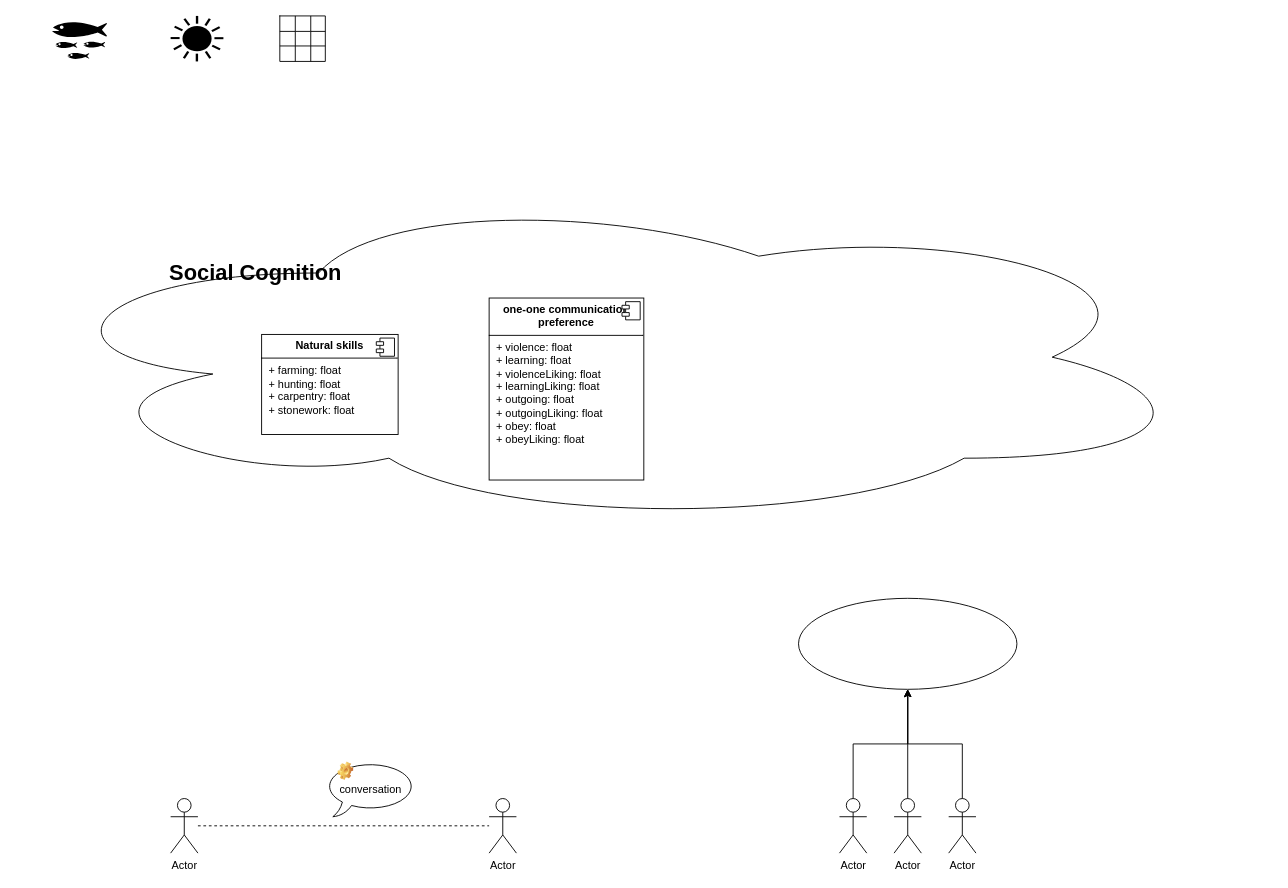
The draw.io diagram game_of_social.drawio in zoech/space_drawio, before the edit. Source tidied: cells renumbered, new cells numbered last; positions are measured from the earlier drawing's top-left corner, leaving out a move shared by most shapes. Both pictures are drawn from the tidied source at 91%, with x=0, y=0 at pixel (25, 15).
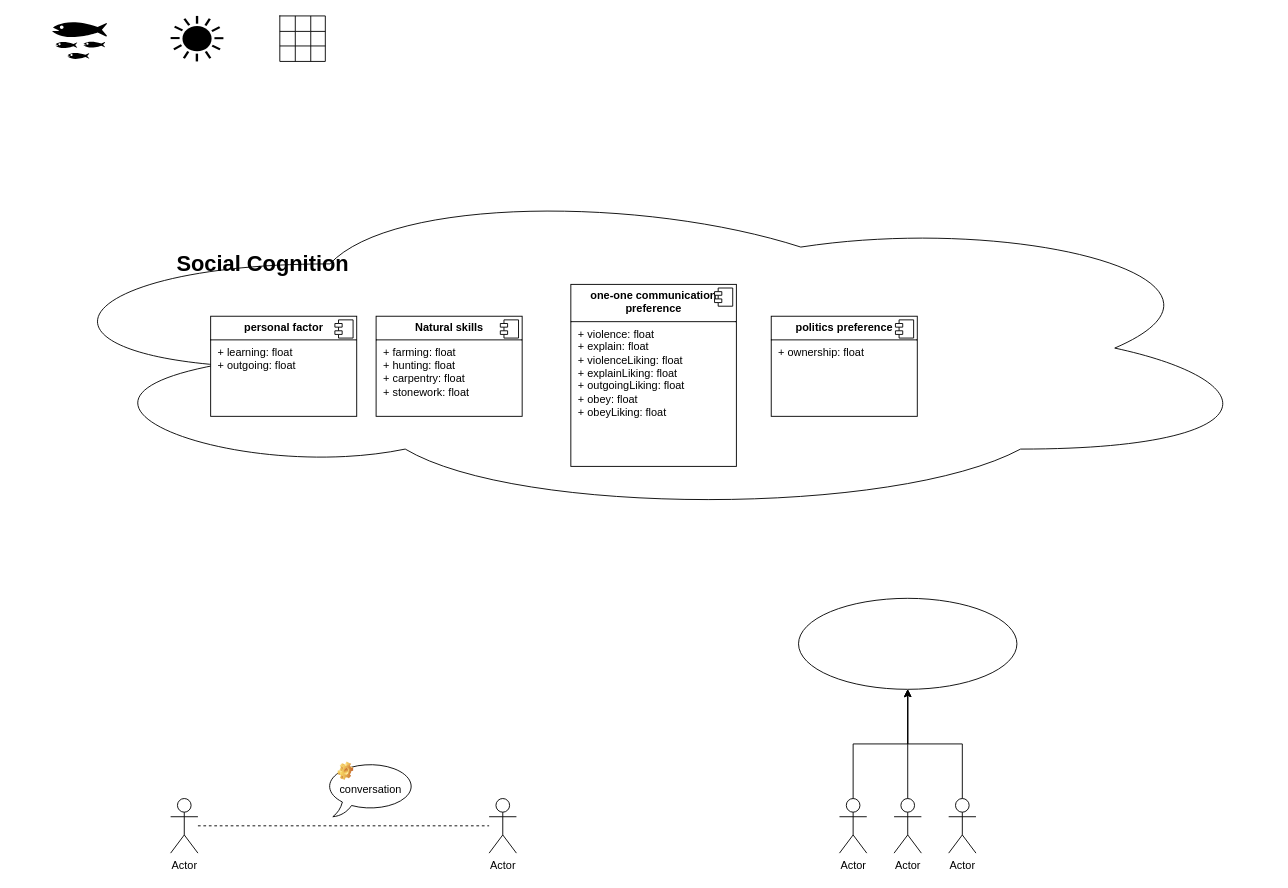
The same diagram, later.

The edit, as a diff of the source:
```diff
@@
     <mxCell id="2" style="group;" parent="1" vertex="1">
-      <mxGeometry y="190" width="1290" height="370" as="geometry" />
+      <mxGeometry x="-10" y="180" width="1380" height="370" as="geometry" />
     </mxCell>
     <mxCell id="3" style="ellipse;shape=cloud;whiteSpace=wrap;html=1;" parent="2" vertex="1">
-      <mxGeometry width="1290" height="370" as="geometry" />
+      <mxGeometry width="1380" height="370" as="geometry" />
     </mxCell>
     <mxCell id="4" value="Social Cognition" style="text;strokeColor=none;fillColor=none;html=1;fontSize=24;fontStyle=1;verticalAlign=middle;align=center;" parent="2" vertex="1">
-      <mxGeometry x="152.9" y="75.7" width="200.7" height="33.6" as="geometry" />
+      <mxGeometry x="163.6" y="75.7" width="214.7" height="33.6" as="geometry" />
     </mxCell>
     <mxCell id="5" value="&lt;p style=&quot;margin:0px;margin-top:6px;text-align:center;&quot;&gt;&lt;b&gt;Natural skills&lt;/b&gt;&lt;/p&gt;&lt;hr size=&quot;1&quot; style=&quot;border-style:solid;&quot;&gt;&lt;p style=&quot;margin:0px;margin-left:8px;&quot;&gt;+ farming: float&lt;br&gt;+ hunting: float&lt;/p&gt;&lt;p style=&quot;margin:0px;margin-left:8px;&quot;&gt;+ carpentry: float&lt;/p&gt;&lt;p style=&quot;margin:0px;margin-left:8px;&quot;&gt;+ stonework: float&lt;/p&gt;" style="align=left;overflow=fill;html=1;whiteSpace=wrap;" parent="2" vertex="1">
-      <mxGeometry x="260" y="160" width="150" height="110" as="geometry" />
+      <mxGeometry x="395.8" y="150" width="160.5" height="110" as="geometry" />
     </mxCell>
@@
-    <mxCell id="7" value="&lt;p style=&quot;margin:0px;margin-top:6px;text-align:center;&quot;&gt;&lt;b&gt;one-one communication preference&lt;/b&gt;&lt;/p&gt;&lt;hr size=&quot;1&quot; style=&quot;border-style:solid;&quot;&gt;&lt;p style=&quot;margin:0px;margin-left:8px;&quot;&gt;+ violence: float&lt;br&gt;+ learning: float&lt;/p&gt;&lt;p style=&quot;margin:0px;margin-left:8px;&quot;&gt;+ violenceLiking: float&lt;/p&gt;&lt;p style=&quot;margin:0px;margin-left:8px;&quot;&gt;+ learningLiking: float&lt;/p&gt;&lt;p style=&quot;margin:0px;margin-left:8px;&quot;&gt;+ outgoing: float&lt;/p&gt;&lt;p style=&quot;margin:0px;margin-left:8px;&quot;&gt;+ outgoingLiking: float&lt;/p&gt;&lt;p style=&quot;margin:0px;margin-left:8px;&quot;&gt;+ obey: float&lt;/p&gt;&lt;p style=&quot;margin:0px;margin-left:8px;&quot;&gt;+ obeyLiking: float&lt;/p&gt;" style="align=left;overflow=fill;html=1;whiteSpace=wrap;" parent="2" vertex="1">
-      <mxGeometry x="510" y="120" width="170" height="200" as="geometry" />
+    <mxCell id="7" value="&lt;p style=&quot;margin:0px;margin-top:6px;text-align:center;&quot;&gt;&lt;b&gt;one-one communication preference&lt;/b&gt;&lt;/p&gt;&lt;hr size=&quot;1&quot; style=&quot;border-style:solid;&quot;&gt;&lt;p style=&quot;margin:0px;margin-left:8px;&quot;&gt;+ violence: float&lt;br&gt;+ explain: float&lt;/p&gt;&lt;p style=&quot;margin:0px;margin-left:8px;&quot;&gt;+ violenceLiking: float&lt;/p&gt;&lt;p style=&quot;margin:0px;margin-left:8px;&quot;&gt;+ explainLiking: float&lt;/p&gt;&lt;p style=&quot;margin:0px;margin-left:8px;&quot;&gt;&lt;span style=&quot;background-color: initial;&quot;&gt;+ outgoingLiking: float&lt;/span&gt;&lt;/p&gt;&lt;p style=&quot;margin:0px;margin-left:8px;&quot;&gt;+ obey: float&lt;/p&gt;&lt;p style=&quot;margin:0px;margin-left:8px;&quot;&gt;+ obeyLiking: float&lt;/p&gt;" style="align=left;overflow=fill;html=1;whiteSpace=wrap;" parent="2" vertex="1">
+      <mxGeometry x="609.8" y="115" width="181.9" height="200" as="geometry" />
     </mxCell>
@@
+    <mxCell id="38" value="&lt;p style=&quot;margin:0px;margin-top:6px;text-align:center;&quot;&gt;&lt;b&gt;personal factor&lt;/b&gt;&lt;/p&gt;&lt;hr size=&quot;1&quot; style=&quot;border-style:solid;&quot;&gt;&lt;p style=&quot;margin:0px;margin-left:8px;&quot;&gt;+ learning: float&lt;/p&gt;&lt;p style=&quot;margin:0px;margin-left:8px;&quot;&gt;+ outgoing: float&lt;/p&gt;" style="align=left;overflow=fill;html=1;whiteSpace=wrap;" parent="2" vertex="1">
+      <mxGeometry x="214" y="150" width="160.5" height="110" as="geometry" />
+    </mxCell>
+    <mxCell id="39" style="shape=component;jettyWidth=8;jettyHeight=4;" parent="38" vertex="1">
+      <mxGeometry x="1" width="20" height="20" relative="1" as="geometry">
+        <mxPoint x="-24" y="4" as="offset" />
+      </mxGeometry>
+    </mxCell>
+    <mxCell id="40" value="&lt;p style=&quot;margin:0px;margin-top:6px;text-align:center;&quot;&gt;&lt;b&gt;politics preference&lt;/b&gt;&lt;/p&gt;&lt;hr size=&quot;1&quot; style=&quot;border-style:solid;&quot;&gt;&lt;p style=&quot;margin:0px;margin-left:8px;&quot;&gt;+ ownership: float&lt;/p&gt;&lt;p style=&quot;margin:0px;margin-left:8px;&quot;&gt;&lt;br&gt;&lt;/p&gt;" style="align=left;overflow=fill;html=1;whiteSpace=wrap;" parent="2" vertex="1">
+      <mxGeometry x="830" y="150" width="160.5" height="110" as="geometry" />
+    </mxCell>
+    <mxCell id="41" style="shape=component;jettyWidth=8;jettyHeight=4;" parent="40" vertex="1">
+      <mxGeometry x="1" width="20" height="20" relative="1" as="geometry">
+        <mxPoint x="-24" y="4" as="offset" />
+      </mxGeometry>
+    </mxCell>
```
